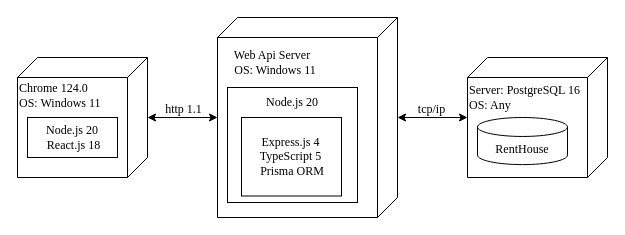
Slnpa/Diplom keeps this draw.io diagram as KURSACH/архитектура.drawio. Above is the earlier version. Source tidied: cells renumbered, new cells numbered last; positions are measured from the earlier drawing's top-left corner, leaving out a move shared by most shapes. Both pictures are drawn from the tidied source at 100%, with x=0, y=0 at pixel (17, 17).
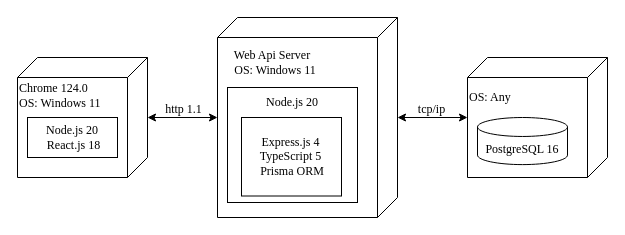
The same diagram, later.

The edit, as a diff of the source:
```diff
@@
-    <mxCell id="17" value="Server: PostgreSQL 16&lt;div&gt;&lt;span style=&quot;background-color: transparent; color: light-dark(rgb(0, 0, 0), rgb(255, 255, 255));&quot;&gt;OS: Any&lt;/span&gt;&lt;/div&gt;" style="text;html=1;align=left;verticalAlign=middle;whiteSpace=wrap;rounded=0;fontSize=12;fontFamily=Times New Roman;" parent="1" vertex="1">
-      <mxGeometry x="450" y="70" width="120" height="20" as="geometry" />
-    </mxCell>
-    <mxCell id="18" value="&lt;font&gt;RentHouse&lt;/font&gt;" style="shape=cylinder3;whiteSpace=wrap;html=1;boundedLbl=1;backgroundOutline=1;size=9.483870967741893;fontSize=12;fontFamily=Times New Roman;" parent="1" vertex="1">
-      <mxGeometry x="460" y="100" width="90" height="47.1" as="geometry" />
-    </mxCell>
+    <mxCell id="19" value="&lt;div&gt;&lt;span style=&quot;background-color: transparent; color: light-dark(rgb(0, 0, 0), rgb(255, 255, 255));&quot;&gt;OS: Any&lt;/span&gt;&lt;/div&gt;" style="text;html=1;align=left;verticalAlign=middle;whiteSpace=wrap;rounded=0;fontSize=12;fontFamily=Times New Roman;" parent="1" vertex="1">
+      <mxGeometry x="450" y="70" width="120" height="20" as="geometry" />
+    </mxCell>
+    <mxCell id="20" value="&lt;span style=&quot;text-align: left;&quot;&gt;PostgreSQL 16&lt;/span&gt;" style="shape=cylinder3;whiteSpace=wrap;html=1;boundedLbl=1;backgroundOutline=1;size=9.483870967741893;fontSize=12;fontFamily=Times New Roman;" parent="1" vertex="1">
+      <mxGeometry x="460" y="100" width="90" height="47.1" as="geometry" />
+    </mxCell>
```
